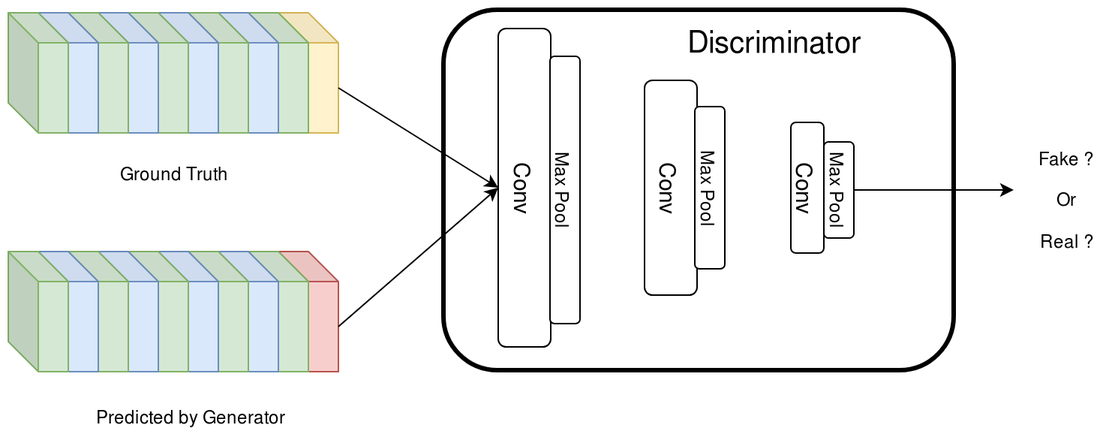
Above: Images/discriminator.png in Alex-Mathai-98/Optical-Flow-GANs (draw.io), before the change. Source tidied: cells renumbered, new cells last; positions are measured from the earlier drawing's top-left corner, leaving out a move shared by most shapes.
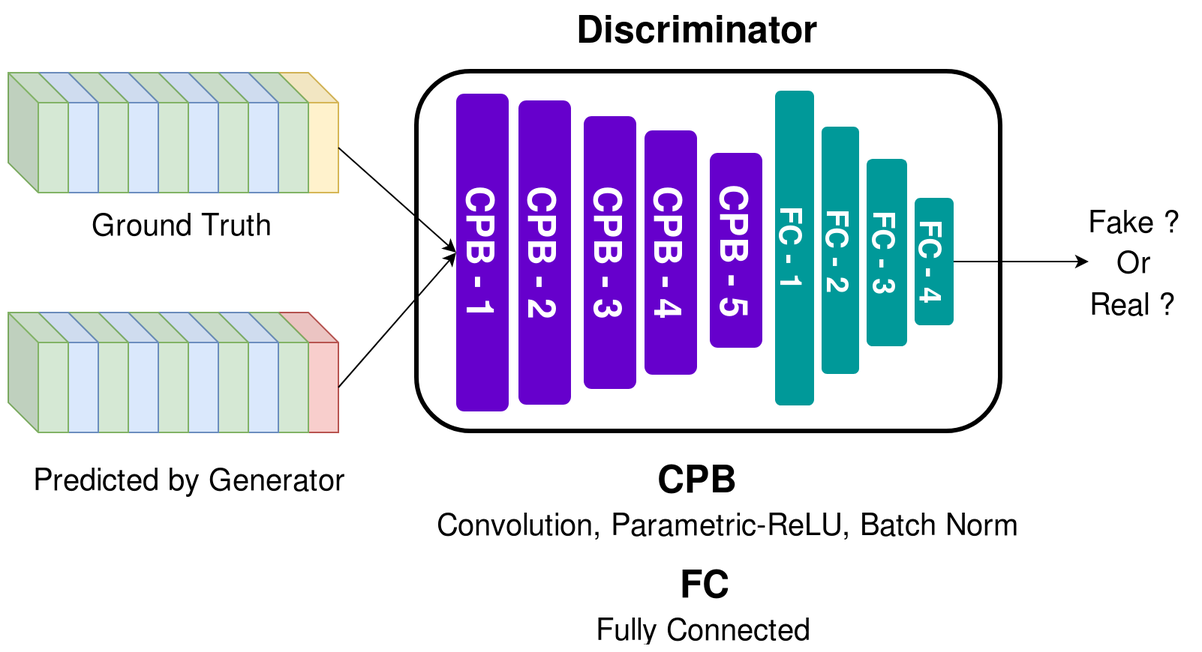
After the change.

The edit, as a diff of the source:
```diff
@@ -3,114 +3,135 @@
     <mxCell id="0" />
     <mxCell id="1" parent="0" />
     <mxCell id="2" style="rounded=1;whiteSpace=wrap;html=1;labelBorderColor=#FF3333;labelBackgroundColor=none;gradientColor=none;strokeWidth=3;" parent="1" vertex="1">
-      <mxGeometry x="290" width="340" height="240" as="geometry" />
+      <mxGeometry x="222" y="-1" width="389" height="240" as="geometry" />
     </mxCell>
     <mxCell id="3" style="shape=cube;whiteSpace=wrap;html=1;boundedLbl=1;backgroundOutline=1;darkOpacity=0.05;darkOpacity2=0.1;fillColor=#fff2cc;strokeColor=#d6b656;" parent="1" vertex="1">
-      <mxGeometry x="180" y="2" width="40" height="80" as="geometry" />
+      <mxGeometry x="130" width="40" height="80" as="geometry" />
     </mxCell>
     <mxCell id="4" style="shape=cube;whiteSpace=wrap;html=1;boundedLbl=1;backgroundOutline=1;darkOpacity=0.05;darkOpacity2=0.1;fillColor=#f8cecc;strokeColor=#b85450;" parent="1" vertex="1">
-      <mxGeometry x="180" y="161" width="40" height="80" as="geometry" />
+      <mxGeometry x="130" y="160" width="40" height="80" as="geometry" />
     </mxCell>
     <mxCell id="5" style="shape=cube;whiteSpace=wrap;html=1;boundedLbl=1;backgroundOutline=1;darkOpacity=0.05;darkOpacity2=0.1;fillColor=#d5e8d4;strokeColor=#82b366;" parent="1" vertex="1">
-      <mxGeometry x="160" y="2" width="40" height="80" as="geometry" />
+      <mxGeometry x="110" width="40" height="80" as="geometry" />
     </mxCell>
     <mxCell id="6" style="shape=cube;whiteSpace=wrap;html=1;boundedLbl=1;backgroundOutline=1;darkOpacity=0.05;darkOpacity2=0.1;fillColor=#dae8fc;strokeColor=#6c8ebf;" parent="1" vertex="1">
-      <mxGeometry x="140" y="2" width="40" height="80" as="geometry" />
+      <mxGeometry x="90" width="40" height="80" as="geometry" />
     </mxCell>
     <mxCell id="7" style="shape=cube;whiteSpace=wrap;html=1;boundedLbl=1;backgroundOutline=1;darkOpacity=0.05;darkOpacity2=0.1;fillColor=#d5e8d4;strokeColor=#82b366;" parent="1" vertex="1">
-      <mxGeometry x="120" y="2" width="40" height="80" as="geometry" />
+      <mxGeometry x="70" width="40" height="80" as="geometry" />
     </mxCell>
     <mxCell id="8" style="shape=cube;whiteSpace=wrap;html=1;boundedLbl=1;backgroundOutline=1;darkOpacity=0.05;darkOpacity2=0.1;fillColor=#dae8fc;strokeColor=#6c8ebf;" parent="1" vertex="1">
-      <mxGeometry x="100" y="2" width="40" height="80" as="geometry" />
+      <mxGeometry x="50" width="40" height="80" as="geometry" />
     </mxCell>
     <mxCell id="9" style="shape=cube;whiteSpace=wrap;html=1;boundedLbl=1;backgroundOutline=1;darkOpacity=0.05;darkOpacity2=0.1;fillColor=#d5e8d4;strokeColor=#82b366;" parent="1" vertex="1">
-      <mxGeometry x="80" y="2" width="40" height="80" as="geometry" />
+      <mxGeometry x="30" width="40" height="80" as="geometry" />
     </mxCell>
     <mxCell id="10" style="shape=cube;whiteSpace=wrap;html=1;boundedLbl=1;backgroundOutline=1;darkOpacity=0.05;darkOpacity2=0.1;fillColor=#dae8fc;strokeColor=#6c8ebf;" parent="1" vertex="1">
-      <mxGeometry x="60" y="2" width="40" height="80" as="geometry" />
+      <mxGeometry x="10" width="40" height="80" as="geometry" />
     </mxCell>
     <mxCell id="11" style="shape=cube;whiteSpace=wrap;html=1;boundedLbl=1;backgroundOutline=1;darkOpacity=0.05;darkOpacity2=0.1;fillColor=#d5e8d4;strokeColor=#82b366;" parent="1" vertex="1">
-      <mxGeometry x="40" y="2" width="40" height="80" as="geometry" />
+      <mxGeometry x="-10" width="40" height="80" as="geometry" />
     </mxCell>
     <mxCell id="12" style="shape=cube;whiteSpace=wrap;html=1;boundedLbl=1;backgroundOutline=1;darkOpacity=0.05;darkOpacity2=0.1;fillColor=#dae8fc;strokeColor=#6c8ebf;" parent="1" vertex="1">
-      <mxGeometry x="20" y="2" width="40" height="80" as="geometry" />
+      <mxGeometry x="-30" width="40" height="80" as="geometry" />
     </mxCell>
     <mxCell id="13" style="shape=cube;whiteSpace=wrap;html=1;boundedLbl=1;backgroundOutline=1;darkOpacity=0.05;darkOpacity2=0.1;fillColor=#d5e8d4;strokeColor=#82b366;" parent="1" vertex="1">
-      <mxGeometry y="2" width="40" height="80" as="geometry" />
+      <mxGeometry x="-50" width="40" height="80" as="geometry" />
     </mxCell>
     <mxCell id="14" style="shape=cube;whiteSpace=wrap;html=1;boundedLbl=1;backgroundOutline=1;darkOpacity=0.05;darkOpacity2=0.1;fillColor=#d5e8d4;strokeColor=#82b366;" parent="1" vertex="1">
-      <mxGeometry x="160" y="161" width="40" height="80" as="geometry" />
+      <mxGeometry x="110" y="160" width="40" height="80" as="geometry" />
     </mxCell>
     <mxCell id="15" style="shape=cube;whiteSpace=wrap;html=1;boundedLbl=1;backgroundOutline=1;darkOpacity=0.05;darkOpacity2=0.1;fillColor=#dae8fc;strokeColor=#6c8ebf;" parent="1" vertex="1">
-      <mxGeometry x="140" y="161" width="40" height="80" as="geometry" />
+      <mxGeometry x="90" y="160" width="40" height="80" as="geometry" />
     </mxCell>
     <mxCell id="16" style="shape=cube;whiteSpace=wrap;html=1;boundedLbl=1;backgroundOutline=1;darkOpacity=0.05;darkOpacity2=0.1;fillColor=#d5e8d4;strokeColor=#82b366;" parent="1" vertex="1">
-      <mxGeometry x="120" y="161" width="40" height="80" as="geometry" />
+      <mxGeometry x="70" y="160" width="40" height="80" as="geometry" />
     </mxCell>
     <mxCell id="17" style="shape=cube;whiteSpace=wrap;html=1;boundedLbl=1;backgroundOutline=1;darkOpacity=0.05;darkOpacity2=0.1;fillColor=#dae8fc;strokeColor=#6c8ebf;" parent="1" vertex="1">
-      <mxGeometry x="100" y="161" width="40" height="80" as="geometry" />
+      <mxGeometry x="50" y="160" width="40" height="80" as="geometry" />
     </mxCell>
     <mxCell id="18" style="shape=cube;whiteSpace=wrap;html=1;boundedLbl=1;backgroundOutline=1;darkOpacity=0.05;darkOpacity2=0.1;fillColor=#d5e8d4;strokeColor=#82b366;" parent="1" vertex="1">
-      <mxGeometry x="80" y="161" width="40" height="80" as="geometry" />
+      <mxGeometry x="30" y="160" width="40" height="80" as="geometry" />
     </mxCell>
     <mxCell id="19" style="shape=cube;whiteSpace=wrap;html=1;boundedLbl=1;backgroundOutline=1;darkOpacity=0.05;darkOpacity2=0.1;fillColor=#dae8fc;strokeColor=#6c8ebf;" parent="1" vertex="1">
-      <mxGeometry x="60" y="161" width="40" height="80" as="geometry" />
+      <mxGeometry x="10" y="160" width="40" height="80" as="geometry" />
     </mxCell>
     <mxCell id="20" style="shape=cube;whiteSpace=wrap;html=1;boundedLbl=1;backgroundOutline=1;darkOpacity=0.05;darkOpacity2=0.1;fillColor=#d5e8d4;strokeColor=#82b366;" parent="1" vertex="1">
-      <mxGeometry x="40" y="161" width="40" height="80" as="geometry" />
+      <mxGeometry x="-10" y="160" width="40" height="80" as="geometry" />
     </mxCell>
     <mxCell id="21" style="shape=cube;whiteSpace=wrap;html=1;boundedLbl=1;backgroundOutline=1;darkOpacity=0.05;darkOpacity2=0.1;fillColor=#dae8fc;strokeColor=#6c8ebf;" parent="1" vertex="1">
-      <mxGeometry x="20" y="161" width="40" height="80" as="geometry" />
+      <mxGeometry x="-30" y="160" width="40" height="80" as="geometry" />
     </mxCell>
     <mxCell id="22" style="shape=cube;whiteSpace=wrap;html=1;boundedLbl=1;backgroundOutline=1;darkOpacity=0.05;darkOpacity2=0.1;fillColor=#d5e8d4;strokeColor=#82b366;" parent="1" vertex="1">
-      <mxGeometry y="161" width="40" height="80" as="geometry" />
+      <mxGeometry x="-50" y="160" width="40" height="80" as="geometry" />
     </mxCell>
-    <mxCell id="23" value="&lt;font style=&quot;font-size: 15px&quot;&gt;Conv&lt;/font&gt;" style="rounded=1;whiteSpace=wrap;html=1;rotation=90;" parent="1" vertex="1">
-      <mxGeometry x="238" y="101" width="212" height="35" as="geometry" />
+    <mxCell id="23" value="&lt;b&gt;&lt;font style=&quot;font-size: 25px&quot; color=&quot;#FFFFFF&quot;&gt;CPB - 1&lt;/font&gt;&lt;/b&gt; " style="rounded=1;whiteSpace=wrap;html=1;rotation=90;fillColor=#6600CC;strokeColor=none;" parent="1" vertex="1">
+      <mxGeometry x="160" y="102.5" width="212" height="35" as="geometry" />
     </mxCell>
-    <mxCell id="24" value="Max Pool" style="rounded=1;whiteSpace=wrap;html=1;rotation=90;" parent="1" vertex="1">
-      <mxGeometry x="282" y="110" width="178" height="20" as="geometry" />
-    </mxCell>
-    <mxCell id="25" value="&lt;font style=&quot;font-size: 15px&quot;&gt;Conv&lt;/font&gt;" style="rounded=1;whiteSpace=wrap;html=1;rotation=90;" parent="1" vertex="1">
-      <mxGeometry x="370" y="101" width="143" height="35" as="geometry" />
-    </mxCell>
-    <mxCell id="26" value="Max Pool" style="rounded=1;whiteSpace=wrap;html=1;rotation=90;" parent="1" vertex="1">
-      <mxGeometry x="413.5" y="108.5" width="108" height="20" as="geometry" />
-    </mxCell>
-    <mxCell id="27" value="&lt;font style=&quot;font-size: 15px&quot;&gt;Conv&lt;/font&gt;" style="rounded=1;whiteSpace=wrap;html=1;rotation=90;" parent="1" vertex="1">
-      <mxGeometry x="489" y="107.5" width="87" height="22" as="geometry" />
-    </mxCell>
-    <mxCell id="28" value="Max Pool" style="rounded=1;whiteSpace=wrap;html=1;rotation=90;" parent="1" vertex="1">
-      <mxGeometry x="521.5" y="110" width="64" height="20" as="geometry" />
-    </mxCell>
     <mxCell id="29" style="endArrow=classic;html=1;exitX=0;exitY=0;exitDx=40;exitDy=50;exitPerimeter=0;entryX=0.5;entryY=1;entryDx=0;entryDy=0;" parent="1" edge="1" source="4" target="23">
       <mxGeometry relative="1" as="geometry" />
     </mxCell>
     <mxCell id="30" style="endArrow=classic;html=1;entryX=0.5;entryY=1;entryDx=0;entryDy=0;exitX=0;exitY=0;exitDx=40;exitDy=50;exitPerimeter=0;" parent="1" edge="1" source="3" target="23">
       <mxGeometry relative="1" as="geometry" />
     </mxCell>
-    <mxCell id="31" value="Predicted by Generator" style="text;html=1;align=center;verticalAlign=middle;fillColor=none;strokeColor=none;rounded=0;labelBackgroundColor=none;" parent="1" vertex="1">
-      <mxGeometry x="50" y="261" width="140" height="20" as="geometry" />
+    <mxCell id="31" value="&lt;font style=&quot;font-size: 20px&quot;&gt;Predicted by Generator&lt;/font&gt;" style="text;html=1;align=center;verticalAlign=middle;fillColor=none;strokeColor=none;rounded=0;labelBackgroundColor=none;" parent="1" vertex="1">
+      <mxGeometry x="-40" y="261" width="220" height="20" as="geometry" />
     </mxCell>
-    <mxCell id="32" value="Ground Truth" style="text;html=1;align=center;verticalAlign=middle;fillColor=none;strokeColor=none;rounded=0;labelBackgroundColor=none;" parent="1" vertex="1">
-      <mxGeometry x="65" y="98.5" width="90" height="20" as="geometry" />
+    <mxCell id="32" value="&lt;font style=&quot;font-size: 20px&quot;&gt;Ground Truth&lt;/font&gt;" style="text;html=1;align=center;verticalAlign=middle;fillColor=none;strokeColor=none;rounded=0;labelBackgroundColor=none;" parent="1" vertex="1">
+      <mxGeometry y="91" width="130" height="20" as="geometry" />
     </mxCell>
-    <mxCell id="33" value="&lt;font style=&quot;font-size: 20px&quot;&gt;Discriminator&lt;/font&gt;" style="text;html=1;align=center;verticalAlign=middle;fillColor=none;strokeColor=none;rounded=0;labelBackgroundColor=none;" parent="1" vertex="1">
-      <mxGeometry x="446.5" y="11" width="130" height="20" as="geometry" />
+    <mxCell id="33" value="&lt;b&gt;&lt;font style=&quot;font-size: 25px&quot;&gt;Discriminator&lt;/font&gt;&lt;/b&gt;" style="text;html=1;align=center;verticalAlign=middle;fillColor=none;strokeColor=none;rounded=0;labelBackgroundColor=none;" parent="1" vertex="1">
+      <mxGeometry x="319" y="-39" width="180" height="20" as="geometry" />
     </mxCell>
-    <mxCell id="34" style="endArrow=classic;html=1;exitX=0.5;exitY=0;exitDx=0;exitDy=0;" parent="1" edge="1" source="28">
+    <mxCell id="34" style="endArrow=classic;html=1;exitX=0.5;exitY=0;exitDx=0;exitDy=0;" parent="1" edge="1" source="47">
       <mxGeometry relative="1" as="geometry">
-        <mxPoint x="670" y="120" as="targetPoint" />
+        <mxPoint x="670" y="126" as="targetPoint" />
       </mxGeometry>
     </mxCell>
-    <mxCell id="35" value="Fake ?" style="text;html=1;align=center;verticalAlign=middle;fillColor=none;strokeColor=none;rounded=0;labelBackgroundColor=none;" parent="1" vertex="1">
-      <mxGeometry x="680" y="88.5" width="50" height="20" as="geometry" />
+    <mxCell id="35" value="&lt;font style=&quot;font-size: 20px&quot;&gt;Fake ?&lt;/font&gt;" style="text;html=1;align=center;verticalAlign=middle;fillColor=none;strokeColor=none;rounded=0;labelBackgroundColor=none;" parent="1" vertex="1">
+      <mxGeometry x="660" y="88.5" width="80" height="20" as="geometry" />
     </mxCell>
-    <mxCell id="36" value="Or" style="text;html=1;align=center;verticalAlign=middle;fillColor=none;strokeColor=none;rounded=0;labelBackgroundColor=none;" parent="1" vertex="1">
-      <mxGeometry x="690" y="116" width="30" height="20" as="geometry" />
+    <mxCell id="36" value="&lt;font style=&quot;font-size: 20px&quot;&gt;Or&lt;/font&gt;" style="text;html=1;align=center;verticalAlign=middle;fillColor=none;strokeColor=none;rounded=0;labelBackgroundColor=none;" parent="1" vertex="1">
+      <mxGeometry x="680" y="116" width="40" height="20" as="geometry" />
     </mxCell>
-    <mxCell id="37" value="Real ?" style="text;html=1;align=center;verticalAlign=middle;fillColor=none;strokeColor=none;rounded=0;labelBackgroundColor=none;" parent="1" vertex="1">
-      <mxGeometry x="680" y="143.5" width="50" height="20" as="geometry" />
+    <mxCell id="37" value="&lt;font style=&quot;font-size: 20px&quot;&gt;Real ?&lt;/font&gt;" style="text;html=1;align=center;verticalAlign=middle;fillColor=none;strokeColor=none;rounded=0;labelBackgroundColor=none;" parent="1" vertex="1">
+      <mxGeometry x="665" y="143.5" width="70" height="20" as="geometry" />
     </mxCell>
+    <mxCell id="38" value="&lt;b&gt;&lt;font style=&quot;font-size: 25px&quot; color=&quot;#FFFFFF&quot;&gt;CPB - 2&lt;/font&gt;&lt;/b&gt;" style="rounded=1;whiteSpace=wrap;html=1;rotation=90;fillColor=#6600CC;strokeColor=none;" parent="1" vertex="1">
+      <mxGeometry x="206" y="102.5" width="203" height="35" as="geometry" />
+    </mxCell>
+    <mxCell id="39" value="&lt;b&gt;&lt;font style=&quot;font-size: 25px&quot; color=&quot;#FFFFFF&quot;&gt;CPB - 3&lt;br&gt;&lt;/font&gt;&lt;/b&gt;" style="rounded=1;whiteSpace=wrap;html=1;rotation=90;strokeColor=none;fillColor=#6600CC;" parent="1" vertex="1">
+      <mxGeometry x="260" y="102.5" width="182" height="35" as="geometry" />
+    </mxCell>
+    <mxCell id="40" value="&lt;b&gt;&lt;font style=&quot;font-size: 25px&quot; color=&quot;#FFFFFF&quot;&gt;CPB - 4&lt;/font&gt;&lt;/b&gt;" style="rounded=1;whiteSpace=wrap;html=1;rotation=90;strokeColor=none;fillColor=#6600CC;" parent="1" vertex="1">
+      <mxGeometry x="310" y="102.5" width="163" height="35" as="geometry" />
+    </mxCell>
+    <mxCell id="41" value="&lt;b&gt;&lt;font style=&quot;font-size: 25px&quot; color=&quot;#FFFFFF&quot;&gt;CPB - 5 &lt;br&gt;&lt;/font&gt;&lt;/b&gt;" style="rounded=1;whiteSpace=wrap;html=1;rotation=90;fillColor=#6600CC;strokeColor=none;" parent="1" vertex="1">
+      <mxGeometry x="370" y="101" width="130" height="35" as="geometry" />
+    </mxCell>
+    <mxCell id="42" value="&lt;b&gt;&lt;font style=&quot;font-size: 25px&quot;&gt;CPB&lt;/font&gt;&lt;/b&gt;" style="text;html=1;align=center;verticalAlign=middle;fillColor=none;strokeColor=none;rounded=0;labelBackgroundColor=none;" parent="1" vertex="1">
+      <mxGeometry x="374" y="261" width="70" height="20" as="geometry" />
+    </mxCell>
+    <mxCell id="43" value="&lt;font style=&quot;font-size: 20px&quot;&gt;Convolution, Parametric-ReLU, Batch Norm&lt;/font&gt;" style="text;html=1;align=center;verticalAlign=middle;fillColor=none;strokeColor=none;rounded=0;labelBackgroundColor=none;" parent="1" vertex="1">
+      <mxGeometry x="230" y="291" width="400" height="20" as="geometry" />
+    </mxCell>
+    <mxCell id="44" value="&lt;font style=&quot;font-size: 20px&quot; color=&quot;#FFFFFF&quot;&gt;&lt;b&gt;&lt;font style=&quot;font-size: 20px&quot;&gt;FC - 1&lt;/font&gt;&lt;/b&gt;&lt;/font&gt;" style="rounded=1;whiteSpace=wrap;html=1;rotation=90;fillColor=#009999;strokeColor=none;" parent="1" vertex="1">
+      <mxGeometry x="369" y="104" width="210" height="26" as="geometry" />
+    </mxCell>
+    <mxCell id="45" value="&lt;font style=&quot;font-size: 20px&quot; color=&quot;#FFFFFF&quot;&gt;&lt;b&gt;&lt;font style=&quot;font-size: 20px&quot;&gt;FC - 2&lt;/font&gt;&lt;/b&gt;&lt;/font&gt;" style="rounded=1;whiteSpace=wrap;html=1;rotation=90;fillColor=#009999;strokeColor=none;" parent="1" vertex="1">
+      <mxGeometry x="422" y="106" width="165" height="25" as="geometry" />
+    </mxCell>
+    <mxCell id="46" value="&lt;font style=&quot;font-size: 20px&quot; color=&quot;#FFFFFF&quot;&gt;&lt;b&gt;&lt;font style=&quot;font-size: 20px&quot;&gt;FC - 3&lt;br&gt;&lt;/font&gt;&lt;/b&gt;&lt;/font&gt;" style="rounded=1;whiteSpace=wrap;html=1;rotation=90;fillColor=#009999;strokeColor=none;" parent="1" vertex="1">
+      <mxGeometry x="473" y="106.5" width="125" height="27" as="geometry" />
+    </mxCell>
+    <mxCell id="47" value="&lt;font style=&quot;font-size: 20px&quot; color=&quot;#FFFFFF&quot;&gt;&lt;b&gt;&lt;font style=&quot;font-size: 20px&quot;&gt;FC - 4&lt;/font&gt;&lt;/b&gt;&lt;/font&gt;" style="rounded=1;whiteSpace=wrap;html=1;rotation=90;fillColor=#009999;strokeColor=none;" parent="1" vertex="1">
+      <mxGeometry x="524.5" y="113" width="85" height="26" as="geometry" />
+    </mxCell>
+    <mxCell id="48" value="&lt;b&gt;&lt;font style=&quot;font-size: 25px&quot;&gt;FC&lt;/font&gt;&lt;/b&gt;" style="text;html=1;align=center;verticalAlign=middle;fillColor=none;strokeColor=none;rounded=0;labelBackgroundColor=none;" parent="1" vertex="1">
+      <mxGeometry x="389" y="331" width="50" height="20" as="geometry" />
+    </mxCell>
+    <mxCell id="49" value="&lt;font style=&quot;font-size: 20px&quot;&gt;Fully Connected&lt;br&gt;&lt;/font&gt;" style="text;html=1;align=center;verticalAlign=middle;fillColor=none;strokeColor=none;rounded=0;labelBackgroundColor=none;" parent="1" vertex="1">
+      <mxGeometry x="334" y="361" width="160" height="20" as="geometry" />
+    </mxCell>
   </root>
 </mxGraphModel>
```
